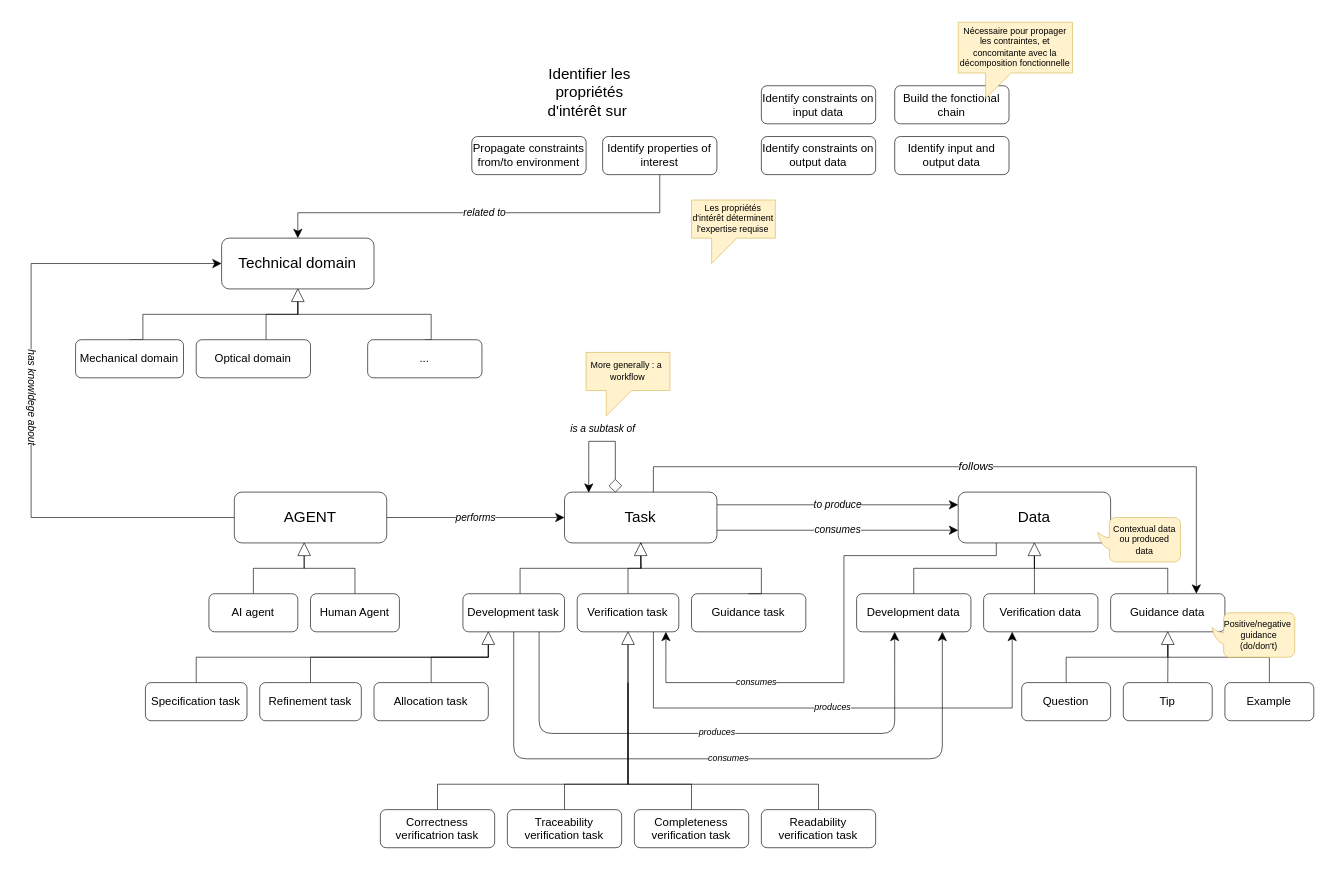
ericjenn/Work keeps this draw.io diagram as DrawIOs/prompting.drawio. Above is the earlier version. Source tidied: cells renumbered, new cells numbered last; positions are measured from the earlier drawing's top-left corner, leaving out a move shared by most shapes. Both pictures are drawn from the tidied source at 127%, with x=0, y=0 at pixel (30, 22).
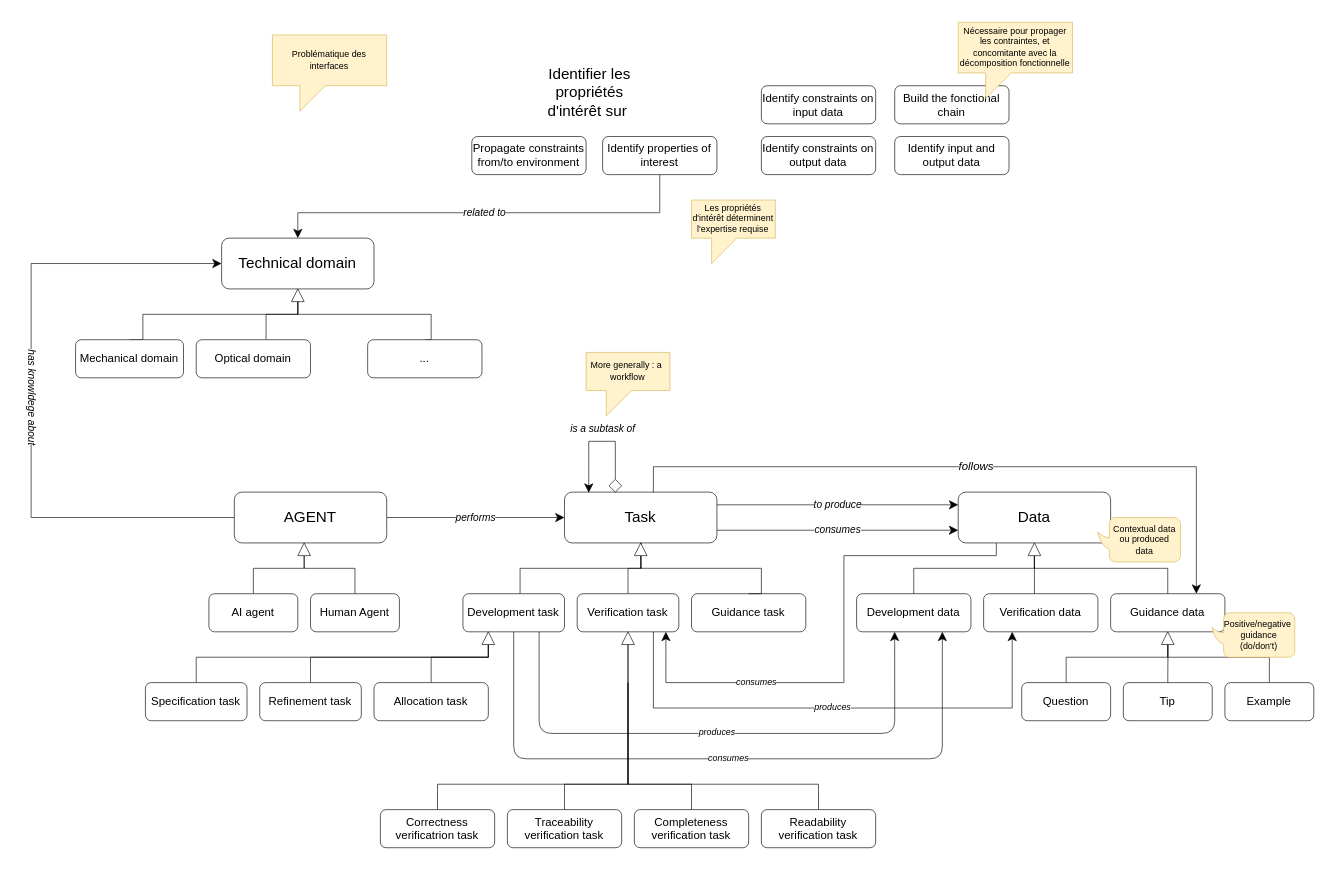
After the change.

Commit message:
Mettre à jour prompting.drawio

What changed in the source:
```diff
@@
+    <mxCell id="80" value="Problématique des interfaces" style="shape=callout;whiteSpace=wrap;html=1;perimeter=calloutPerimeter;strokeColor=#d6b656;strokeWidth=0.5;align=center;verticalAlign=middle;fontFamily=Helvetica;fontSize=7;fontColor=default;fillColor=#fff2cc;size=20;position=0.24;position2=0.24;" parent="1" vertex="1">
+      <mxGeometry x="190" y="10" width="90" height="60" as="geometry" />
+    </mxCell>
```
